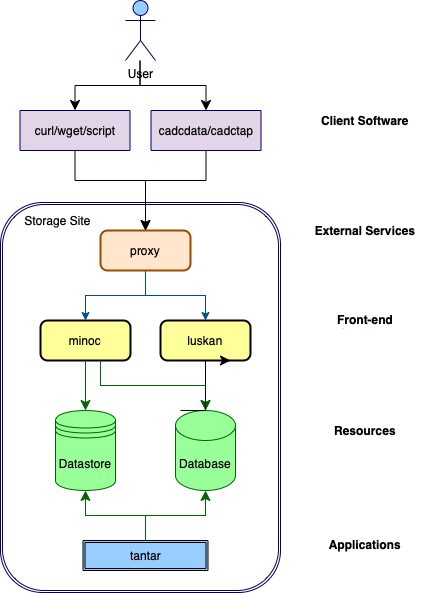
The draw.io diagram storage-inventory/ops/SingleSite.drawio.png in opencadc/opencadc.github.io, before a commit. Source tidied: cells renumbered, new cells last; positions are measured from the earlier drawing's top-left corner, leaving out a move shared by most shapes. Source of this version:
```xml
<mxGraphModel background="#ffffff">
  <root>
    <mxCell id="0" />
    <mxCell id="1" parent="0" />
    <mxCell id="2" style="shape=ext;double=1;rounded=1;whiteSpace=wrap;html=1;strokeColor=#000066;" parent="1" vertex="1">
      <mxGeometry y="202" width="280" height="390" as="geometry" />
    </mxCell>
    <mxCell id="3" value="Database" style="shape=cylinder3;whiteSpace=wrap;html=1;boundedLbl=1;backgroundOutline=1;size=15;strokeColor=#006600;fillColor=#99FF99;" parent="1" vertex="1">
      <mxGeometry x="175" y="410" width="60" height="80" as="geometry" />
    </mxCell>
    <mxCell id="4" value="Datastore" style="shape=datastore;whiteSpace=wrap;html=1;strokeColor=#006600;fillColor=#99FF99;" parent="1" vertex="1">
      <mxGeometry x="55" y="410" width="60" height="80" as="geometry" />
    </mxCell>
    <mxCell id="5" value="minoc" style="rounded=1;whiteSpace=wrap;html=1;absoluteArcSize=1;arcSize=14;strokeWidth=2;fillColor=#FFFF99;" parent="1" vertex="1">
      <mxGeometry x="40" y="320" width="90" height="40" as="geometry" />
    </mxCell>
    <mxCell id="6" style="edgeStyle=orthogonalEdgeStyle;rounded=0;jettySize=auto;html=1;exitX=0.5;exitY=1;exitDx=0;exitDy=0;entryX=0.5;entryY=0;entryDx=0;entryDy=0;strokeColor=#004C99;" parent="1" edge="1" source="8" target="5">
      <mxGeometry relative="1" as="geometry" />
    </mxCell>
    <mxCell id="7" style="edgeStyle=orthogonalEdgeStyle;rounded=0;jettySize=auto;html=1;exitX=0.5;exitY=1;exitDx=0;exitDy=0;entryX=0.5;entryY=0;entryDx=0;entryDy=0;strokeColor=#004C99;" parent="1" edge="1" source="8" target="9">
      <mxGeometry relative="1" as="geometry" />
    </mxCell>
    <mxCell id="8" value="proxy" style="rounded=1;whiteSpace=wrap;html=1;absoluteArcSize=1;arcSize=14;strokeWidth=2;fillColor=#FFE6CC;strokeColor=#994C00;" parent="1" vertex="1">
      <mxGeometry x="100" y="230" width="90" height="40" as="geometry" />
    </mxCell>
    <mxCell id="9" value="luskan" style="rounded=1;whiteSpace=wrap;html=1;absoluteArcSize=1;arcSize=14;strokeWidth=2;fillColor=#FFFF99;" parent="1" vertex="1">
      <mxGeometry x="160" y="320" width="90" height="40" as="geometry" />
    </mxCell>
    <mxCell id="10" value="tantar" style="shape=ext;double=1;rounded=0;whiteSpace=wrap;html=1;fillColor=#99CCFF;" parent="1" vertex="1">
      <mxGeometry x="82.5" y="540" width="125" height="30" as="geometry" />
    </mxCell>
    <mxCell id="11" style="edgeStyle=elbowEdgeStyle;elbow=vertical;endArrow=classic;html=1;curved=0;rounded=0;endSize=8;startSize=8;exitX=0.5;exitY=0;exitDx=0;exitDy=0;entryX=0.5;entryY=1;entryDx=0;entryDy=0;entryPerimeter=0;strokeColor=#006600;" parent="1" edge="1" source="10" target="3">
      <mxGeometry relative="1" as="geometry" />
    </mxCell>
    <mxCell id="12" style="edgeStyle=elbowEdgeStyle;elbow=vertical;endArrow=classic;html=1;curved=0;rounded=0;endSize=8;startSize=8;exitX=0.5;exitY=0;exitDx=0;exitDy=0;strokeColor=#006600;" parent="1" edge="1" source="10" target="4">
      <mxGeometry relative="1" as="geometry" />
    </mxCell>
    <mxCell id="13" style="edgeStyle=segmentEdgeStyle;endArrow=classic;html=1;curved=0;rounded=0;endSize=8;startSize=8;exitX=0.5;exitY=1;exitDx=0;exitDy=0;entryX=0.5;entryY=0;entryDx=0;entryDy=0;entryPerimeter=0;strokeColor=#006600;" parent="1" edge="1" source="9" target="3">
      <mxGeometry relative="1" as="geometry" />
    </mxCell>
    <mxCell id="14" style="edgeStyle=segmentEdgeStyle;endArrow=classic;html=1;curved=0;rounded=0;endSize=8;startSize=8;exitX=0.5;exitY=1;exitDx=0;exitDy=0;entryX=0.5;entryY=0;entryDx=0;entryDy=0;strokeColor=#006600;" parent="1" edge="1" source="5" target="4">
      <mxGeometry relative="1" as="geometry" />
    </mxCell>
    <mxCell id="15" style="edgeStyle=elbowEdgeStyle;elbow=vertical;endArrow=classic;html=1;curved=0;rounded=0;endSize=8;startSize=8;entryX=0.5;entryY=0;entryDx=0;entryDy=0;entryPerimeter=0;strokeColor=#006600;" parent="1" edge="1" target="3">
      <mxGeometry relative="1" as="geometry">
        <mxPoint x="100" y="360" as="sourcePoint" />
      </mxGeometry>
    </mxCell>
    <mxCell id="16" value="User" style="shape=umlActor;verticalLabelPosition=bottom;verticalAlign=top;html=1;strokeColor=#000066;fillColor=#99CCFF;" parent="1" vertex="1">
      <mxGeometry x="125" width="30" height="60" as="geometry" />
    </mxCell>
    <mxCell id="17" value="curl/wget/script" style="html=1;whiteSpace=wrap;strokeColor=#000066;fillColor=#E1D5E7;" parent="1" vertex="1">
      <mxGeometry x="19.5" y="110" width="110" height="40" as="geometry" />
    </mxCell>
    <mxCell id="18" style="edgeStyle=elbowEdgeStyle;elbow=vertical;endArrow=classic;html=1;curved=0;rounded=0;endSize=8;startSize=8;strokeColor=#000000;entryX=0.5;entryY=0;entryDx=0;entryDy=0;" parent="17" edge="1" target="8">
      <mxGeometry relative="1" as="geometry">
        <mxPoint x="55" y="40" as="sourcePoint" />
        <Array as="points">
          <mxPoint x="91" y="70" />
        </Array>
      </mxGeometry>
    </mxCell>
    <mxCell id="19" value="cadcdata/cadctap" style="html=1;whiteSpace=wrap;strokeColor=#000066;fillColor=#E1D5E7;" parent="1" vertex="1">
      <mxGeometry x="150.5" y="110" width="110" height="40" as="geometry" />
    </mxCell>
    <mxCell id="20" style="edgeStyle=elbowEdgeStyle;elbow=vertical;endArrow=classic;html=1;curved=0;rounded=0;endSize=8;startSize=8;strokeColor=#000000;" parent="1" edge="1">
      <mxGeometry relative="1" as="geometry">
        <mxPoint x="139.5" y="60" as="sourcePoint" />
        <mxPoint x="74.5" y="110" as="targetPoint" />
      </mxGeometry>
    </mxCell>
    <mxCell id="21" style="edgeStyle=elbowEdgeStyle;elbow=vertical;endArrow=classic;html=1;curved=0;rounded=0;endSize=8;startSize=8;strokeColor=#000000;entryX=0.5;entryY=0;entryDx=0;entryDy=0;" parent="1" edge="1" target="19">
      <mxGeometry relative="1" as="geometry">
        <mxPoint x="139.5" y="60" as="sourcePoint" />
      </mxGeometry>
    </mxCell>
    <mxCell id="22" style="edgeStyle=elbowEdgeStyle;elbow=horizontal;endArrow=classic;html=1;curved=0;rounded=0;endSize=8;startSize=8;strokeColor=#000000;" parent="1" edge="1">
      <mxGeometry relative="1" as="geometry">
        <mxPoint x="180" y="410" as="sourcePoint" />
        <mxPoint x="230" y="360" as="targetPoint" />
      </mxGeometry>
    </mxCell>
    <mxCell id="23" style="edgeStyle=elbowEdgeStyle;elbow=vertical;endArrow=classic;html=1;curved=0;rounded=0;endSize=8;startSize=8;strokeColor=#000000;entryX=0.5;entryY=0;entryDx=0;entryDy=0;exitX=0.5;exitY=1;exitDx=0;exitDy=0;" parent="1" edge="1" source="19" target="8">
      <mxGeometry relative="1" as="geometry">
        <Array as="points">
          <mxPoint x="180" y="180" />
        </Array>
      </mxGeometry>
    </mxCell>
    <object id="24" label="Client Software" name="Variable" placeholders="1">
      <mxCell style="text;html=1;strokeColor=none;fillColor=none;align=center;verticalAlign=middle;whiteSpace=wrap;overflow=hidden;fontStyle=1;" parent="1" vertex="1">
        <mxGeometry x="310" y="110" width="110" height="20" as="geometry" />
      </mxCell>
    </object>
    <object id="25" label="External Services" name="Variable" placeholders="1">
      <mxCell style="text;html=1;strokeColor=none;fillColor=none;align=center;verticalAlign=middle;whiteSpace=wrap;overflow=hidden;fontStyle=1;" parent="1" vertex="1">
        <mxGeometry x="310" y="220" width="110" height="20" as="geometry" />
      </mxCell>
    </object>
    <object id="26" label="Front-end Services" name="Variable" placeholders="1">
      <mxCell style="text;html=1;strokeColor=none;fillColor=none;align=center;verticalAlign=middle;whiteSpace=wrap;overflow=hidden;fontStyle=1;" parent="1" vertex="1">
        <mxGeometry x="310" y="310" width="110" height="20" as="geometry" />
      </mxCell>
    </object>
    <object id="27" label="Resources" name="Variable" placeholders="1">
      <mxCell style="text;html=1;strokeColor=none;fillColor=none;align=center;verticalAlign=middle;whiteSpace=wrap;overflow=hidden;fontStyle=1;" parent="1" vertex="1">
        <mxGeometry x="310" y="420" width="110" height="20" as="geometry" />
      </mxCell>
    </object>
    <object id="28" label="Applications" name="Variable" placeholders="1">
      <mxCell style="text;html=1;strokeColor=none;fillColor=none;align=center;verticalAlign=middle;whiteSpace=wrap;overflow=hidden;fontStyle=1;" parent="1" vertex="1">
        <mxGeometry x="310" y="534" width="110" height="20" as="geometry" />
      </mxCell>
    </object>
    <object id="29" label="Storage Site" name="Variable" placeholders="1">
      <mxCell style="text;html=1;strokeColor=none;fillColor=none;align=center;verticalAlign=middle;whiteSpace=wrap;overflow=hidden;" parent="1" vertex="1">
        <mxGeometry x="15" y="210" width="85" height="20" as="geometry" />
      </mxCell>
    </object>
  </root>
</mxGraphModel>
```
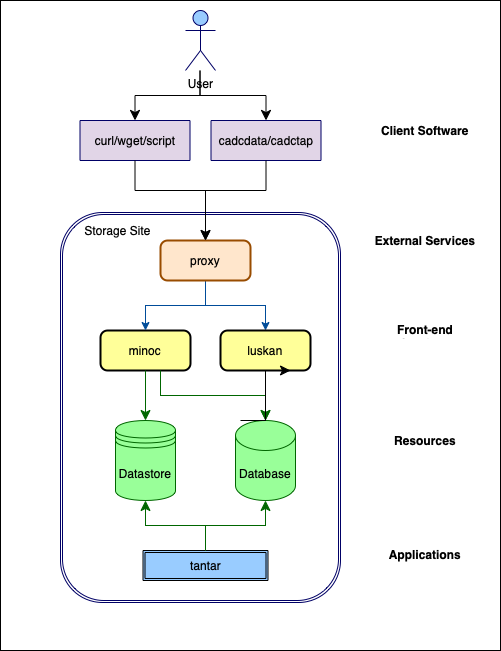
The same file after the commit.

Commit message:
Reduce scope to Single Site to start with

Diff of the diagram source:
```diff
@@ -1,7 +1,10 @@
-<mxGraphModel background="#ffffff">
+<mxGraphModel background="#FFFFFF">
   <root>
     <mxCell id="0" />
     <mxCell id="1" parent="0" />
+    <mxCell id="30" style="rounded=0;whiteSpace=wrap;html=1;" parent="1" vertex="1">
+      <mxGeometry x="-60" y="-10" width="500" height="650" as="geometry" />
+    </mxCell>
     <mxCell id="2" style="shape=ext;double=1;rounded=1;whiteSpace=wrap;html=1;strokeColor=#000066;" parent="1" vertex="1">
       <mxGeometry y="202" width="280" height="390" as="geometry" />
     </mxCell>
```
